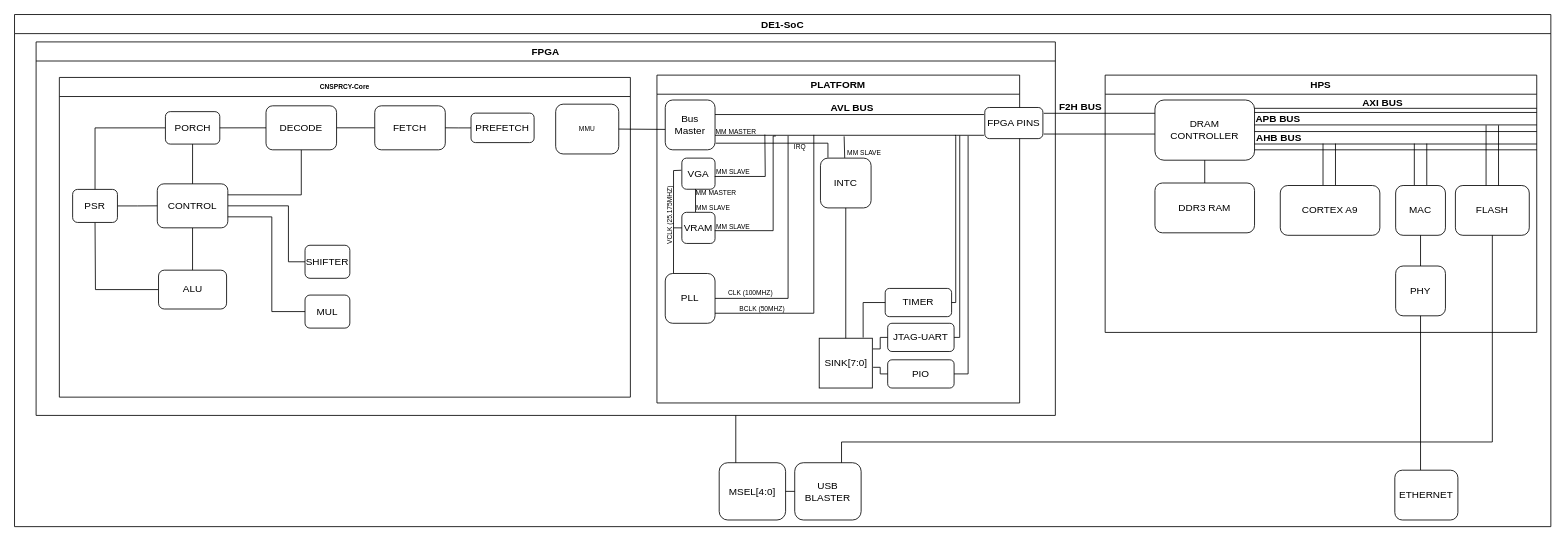
3442/conspiracion keeps this draw.io diagram as doc/block_diagram.drawio. Above is the earlier version. Source tidied: cells renumbered, new cells numbered last; positions are measured from the earlier drawing's top-left corner, leaving out a move shared by most shapes. Both pictures are drawn from the tidied source at 83%, with x=0, y=0 at pixel (14, 14).
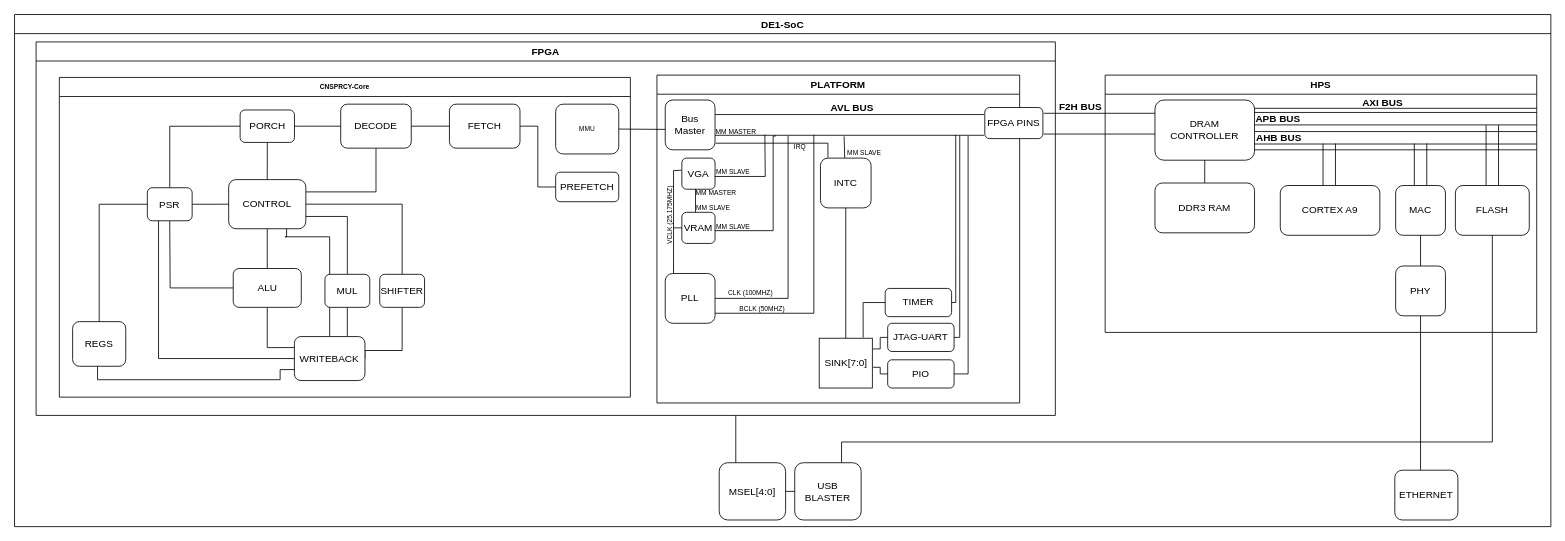
Above is the later version.

Unchanged cells that the change refers to:
```xml
<mxCell id="4" value="CNSPRCY-Core" style="swimlane;fontSize=8;fillColor=none;" parent="3" vertex="1">
  <mxGeometry x="28" y="42.8" width="688" height="385.2" as="geometry" />
</mxCell>
```

The edit, as a diff of the source:
```diff
@@
     <mxCell id="7" value="FETCH" style="rounded=1;whiteSpace=wrap;html=1;" parent="4" vertex="1">
-      <mxGeometry x="380" y="34.2" width="85" height="53" as="geometry" />
+      <mxGeometry x="470" y="32.2" width="85" height="53" as="geometry" />
     </mxCell>
@@
-    <mxCell id="9" style="edgeStyle=orthogonalEdgeStyle;rounded=0;html=1;entryX=0;entryY=0.5;entryDx=0;entryDy=0;endArrow=none;endFill=0;elbow=vertical;exitX=1;exitY=0.5;exitDx=0;exitDy=0;" parent="4" edge="1" source="10" target="22">
+    <mxCell id="9" style="edgeStyle=orthogonalEdgeStyle;rounded=0;html=1;entryX=0.5;entryY=0;entryDx=0;entryDy=0;endArrow=none;endFill=0;elbow=vertical;exitX=1;exitY=0.5;exitDx=0;exitDy=0;" parent="4" edge="1" source="10" target="22">
       <mxGeometry relative="1" as="geometry">
         <Array as="points">
-          <mxPoint x="276" y="155" />
-          <mxPoint x="276" y="222" />
+          <mxPoint x="413" y="153" />
         </Array>
       </mxGeometry>
     </mxCell>
+    <mxCell id="94" style="edgeStyle=orthogonalEdgeStyle;rounded=0;html=1;exitX=0.75;exitY=1;exitDx=0;exitDy=0;entryX=0.5;entryY=0;entryDx=0;entryDy=0;endArrow=none;endFill=0;strokeColor=default;" parent="4" edge="1" source="10" target="99">
+      <mxGeometry relative="1" as="geometry">
+        <Array as="points">
+          <mxPoint x="272" y="192" />
+          <mxPoint x="308" y="192" />
+        </Array>
+      </mxGeometry>
+    </mxCell>
     <mxCell id="10" value="CONTROL" style="rounded=1;whiteSpace=wrap;html=1;" parent="4" vertex="1">
-      <mxGeometry x="118" y="128.2" width="85" height="53" as="geometry" />
+      <mxGeometry x="204" y="123.1" width="93" height="59.2" as="geometry" />
     </mxCell>
     <mxCell id="11" style="edgeStyle=orthogonalEdgeStyle;html=1;entryX=0.5;entryY=1;entryDx=0;entryDy=0;endArrow=none;endFill=0;rounded=0;" parent="4" edge="1" source="12">
       <mxGeometry relative="1" as="geometry">
-        <mxPoint x="43" y="174.6" as="targetPoint" />
+        <mxPoint x="133" y="172.6" as="targetPoint" />
       </mxGeometry>
     </mxCell>
+    <mxCell id="95" style="edgeStyle=orthogonalEdgeStyle;rounded=0;html=1;entryX=0;entryY=0.25;entryDx=0;entryDy=0;endArrow=none;endFill=0;strokeColor=default;" parent="4" edge="1" source="12" target="99">
+      <mxGeometry relative="1" as="geometry" />
+    </mxCell>
     <mxCell id="12" value="ALU" style="rounded=1;whiteSpace=wrap;html=1;" parent="4" vertex="1">
-      <mxGeometry x="119.5" y="232.2" width="82" height="46.8" as="geometry" />
+      <mxGeometry x="209.5" y="230.2" width="82" height="46.8" as="geometry" />
     </mxCell>
@@
     <mxCell id="15" value="PSR" style="rounded=1;whiteSpace=wrap;html=1;" parent="4" vertex="1">
-      <mxGeometry x="16" y="134.9" width="54" height="39.8" as="geometry" />
+      <mxGeometry x="106" y="132.9" width="54" height="39.8" as="geometry" />
     </mxCell>
@@
     <mxCell id="17" value="PORCH" style="rounded=1;whiteSpace=wrap;html=1;" parent="4" vertex="1">
-      <mxGeometry x="127.8" y="41.2" width="65.5" height="39.1" as="geometry" />
+      <mxGeometry x="217.8" y="39.2" width="65.5" height="39.1" as="geometry" />
     </mxCell>
-    <mxCell id="18" style="edgeStyle=orthogonalEdgeStyle;html=1;exitX=0.5;exitY=1;exitDx=0;exitDy=0;entryX=1;entryY=0.25;entryDx=0;entryDy=0;endArrow=none;endFill=0;rounded=0;" parent="4" edge="1" source="19" target="10">
+    <mxCell id="18" style="edgeStyle=orthogonalEdgeStyle;html=1;exitX=0.5;exitY=1;exitDx=0;exitDy=0;endArrow=none;endFill=0;rounded=0;entryX=1;entryY=0.25;entryDx=0;entryDy=0;" parent="4" edge="1" source="19" target="10">
       <mxGeometry relative="1" as="geometry">
         <Array as="points">
-          <mxPoint x="291" y="141" />
-          <mxPoint x="203" y="141" />
+          <mxPoint x="382" y="138" />
         </Array>
       </mxGeometry>
     </mxCell>
     <mxCell id="19" value="DECODE" style="rounded=1;whiteSpace=wrap;html=1;" parent="4" vertex="1">
-      <mxGeometry x="249" y="34.2" width="85" height="53" as="geometry" />
+      <mxGeometry x="339" y="32.2" width="85" height="53" as="geometry" />
     </mxCell>
@@
+    <mxCell id="23" style="edgeStyle=orthogonalEdgeStyle;html=1;entryX=1;entryY=0.75;entryDx=0;entryDy=0;strokeColor=default;rounded=0;endArrow=none;endFill=0;exitX=0.5;exitY=0;exitDx=0;exitDy=0;" parent="4" edge="1" source="21" target="10">
+      <mxGeometry relative="1" as="geometry" />
+    </mxCell>
+    <mxCell id="96" style="edgeStyle=orthogonalEdgeStyle;rounded=0;html=1;entryX=0.75;entryY=0;entryDx=0;entryDy=0;endArrow=none;endFill=0;strokeColor=default;" parent="4" edge="1" source="21" target="99">
+      <mxGeometry relative="1" as="geometry" />
+    </mxCell>
     <mxCell id="21" value="MUL" style="rounded=1;whiteSpace=wrap;html=1;" parent="4" vertex="1">
-      <mxGeometry x="296" y="262.2" width="54" height="39.8" as="geometry" />
+      <mxGeometry x="320" y="237.2" width="54" height="39.8" as="geometry" />
     </mxCell>
+    <mxCell id="97" style="edgeStyle=orthogonalEdgeStyle;rounded=0;html=1;entryX=1;entryY=0.5;entryDx=0;entryDy=0;endArrow=none;endFill=0;strokeColor=default;" parent="4" edge="1" source="22" target="99">
+      <mxGeometry relative="1" as="geometry">
+        <Array as="points">
+          <mxPoint x="413" y="329" />
+        </Array>
+      </mxGeometry>
+    </mxCell>
     <mxCell id="22" value="SHIFTER" style="rounded=1;whiteSpace=wrap;html=1;" parent="4" vertex="1">
-      <mxGeometry x="296" y="202.2" width="54" height="39.8" as="geometry" />
+      <mxGeometry x="386" y="237.2" width="54" height="39.8" as="geometry" />
     </mxCell>
-    <mxCell id="23" style="edgeStyle=orthogonalEdgeStyle;rounded=0;html=1;endArrow=none;endFill=0;elbow=vertical;entryX=1;entryY=0.75;entryDx=0;entryDy=0;" parent="4" edge="1" source="21" target="10">
-      <mxGeometry relative="1" as="geometry">
-        <Array as="points">
-          <mxPoint x="256" y="282" />
-          <mxPoint x="256" y="168" />
-        </Array>
-      </mxGeometry>
-    </mxCell>
@@
     <mxCell id="25" value="PREFETCH" style="rounded=1;whiteSpace=wrap;html=1;" parent="4" vertex="1">
-      <mxGeometry x="496" y="43" width="76" height="35.5" as="geometry" />
+      <mxGeometry x="598" y="114.2" width="76" height="35.5" as="geometry" />
     </mxCell>
+    <mxCell id="98" style="edgeStyle=orthogonalEdgeStyle;rounded=0;html=1;exitX=0;exitY=0.5;exitDx=0;exitDy=0;entryX=0.25;entryY=1;entryDx=0;entryDy=0;endArrow=none;endFill=0;strokeColor=default;" parent="4" edge="1" source="99" target="15">
+      <mxGeometry relative="1" as="geometry" />
+    </mxCell>
+    <mxCell id="99" value="WRITEBACK" style="rounded=1;whiteSpace=wrap;html=1;" parent="4" vertex="1">
+      <mxGeometry x="283.2" y="312.2" width="85" height="53" as="geometry" />
+    </mxCell>
+    <mxCell id="100" style="edgeStyle=orthogonalEdgeStyle;rounded=0;html=1;entryX=0;entryY=0.5;entryDx=0;entryDy=0;endArrow=none;endFill=0;strokeColor=default;exitX=0.5;exitY=0;exitDx=0;exitDy=0;" parent="4" edge="1" source="101" target="15">
+      <mxGeometry relative="1" as="geometry" />
+    </mxCell>
+    <mxCell id="101" value="REGS" style="rounded=1;whiteSpace=wrap;html=1;" parent="4" vertex="1">
+      <mxGeometry x="16" y="294.2" width="64" height="53.8" as="geometry" />
+    </mxCell>
+    <mxCell id="102" style="edgeStyle=orthogonalEdgeStyle;rounded=0;html=1;exitX=0;exitY=0.75;exitDx=0;exitDy=0;endArrow=none;endFill=0;strokeColor=default;" parent="4" edge="1" source="99" target="101">
+      <mxGeometry relative="1" as="geometry">
+        <Array as="points">
+          <mxPoint x="266" y="352.2" />
+          <mxPoint x="266" y="364.2" />
+          <mxPoint x="46" y="364.2" />
+        </Array>
+      </mxGeometry>
+    </mxCell>
```
